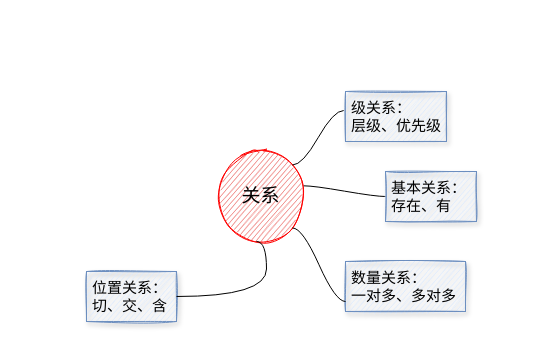
ZYMDB/mindMap keeps this draw.io diagram as 关系的级与量.drawio. Above is the earlier version. Source tidied: cells renumbered, new cells numbered last; positions are measured from the earlier drawing's top-left corner, leaving out a move shared by most shapes. Both pictures are drawn from the tidied source at 100%, with x=0, y=0 at pixel (86, 91).
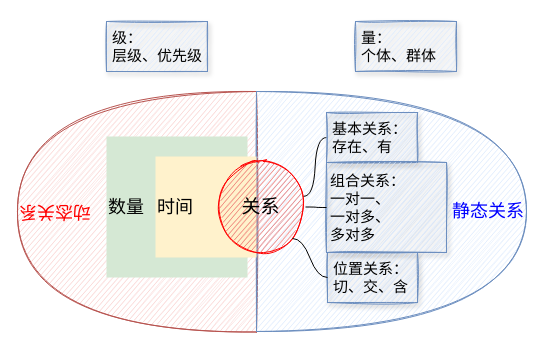
After the change.

Commit message (it also covers changes not shown here):
更新关系的级与量.drawio

Diff of the diagram source:
```diff
@@
 <mxGraphModel>
   <root>
     <mxCell id="0" />
     <mxCell id="1" parent="0" />
+    <mxCell id="11" value="&lt;font color=&quot;#ff0000&quot;&gt;动态关系&lt;/font&gt;" style="shape=or;whiteSpace=wrap;html=1;fontSize=18;fillColor=#f8cecc;rotation=-180;strokeColor=#b85450;align=right;sketch=1;transform: rotate(180deg);" parent="1" vertex="1">
+      <mxGeometry x="-69" width="239" height="240.5" as="geometry" />
+    </mxCell>
+    <mxCell id="12" value="&lt;font color=&quot;#0000ff&quot;&gt;静态关系&lt;/font&gt;" style="shape=or;whiteSpace=wrap;html=1;fontSize=18;fillColor=#dae8fc;strokeColor=#6c8ebf;align=right;sketch=1;" parent="1" vertex="1">
+      <mxGeometry x="170" width="270" height="240" as="geometry" />
+    </mxCell>
+    <mxCell id="13" value="数量" style="whiteSpace=wrap;html=1;fontSize=18;fillColor=#d5e8d4;strokeColor=none;align=left;" parent="1" vertex="1">
+      <mxGeometry x="20" y="45" width="141" height="141" as="geometry" />
+    </mxCell>
+    <mxCell id="14" value="&lt;font style=&quot;font-size: 18px;&quot;&gt;时间&lt;/font&gt;" style="whiteSpace=wrap;html=1;fillColor=#fff2cc;strokeColor=none;align=left;" parent="1" vertex="1">
+      <mxGeometry x="69" y="65" width="101" height="101" as="geometry" />
+    </mxCell>
     <mxCell id="2" value="&lt;font style=&quot;font-size: 19px;&quot;&gt;关系&lt;/font&gt;" style="ellipse;whiteSpace=wrap;html=1;fillColor=#EA6B66;strokeColor=#FF0000;sketch=1;fillStyle=auto;" parent="1" vertex="1">
-      <mxGeometry x="130" y="60.5" width="89" height="89" as="geometry" />
+      <mxGeometry x="130" y="71" width="89" height="89" as="geometry" />
     </mxCell>
-    <mxCell id="3" style="edgeStyle=entityRelationEdgeStyle;startArrow=none;endArrow=none;segment=10;curved=1;rounded=0;fontSize=19;entryX=-0.018;entryY=0.38;entryDx=0;entryDy=0;entryPerimeter=0;exitX=1;exitY=0;exitDx=0;exitDy=0;" parent="1" edge="1" source="2" target="4">
-      <mxGeometry relative="1" as="geometry" />
-    </mxCell>
-    <mxCell id="4" value="级关系：&#10;层级、优先级" style="text;strokeColor=#6c8ebf;fillColor=#dae8fc;align=left;verticalAlign=middle;spacingLeft=4;spacingRight=4;overflow=hidden;points=[[0,0.5],[1,0.5]];portConstraint=eastwest;fontSize=15;rounded=0;labelPosition=center;verticalLabelPosition=middle;whiteSpace=wrap;sketch=1;shadow=1;" parent="1" vertex="1">
-      <mxGeometry x="259" width="101" height="50" as="geometry" />
+    <mxCell id="4" value="级：&#10;层级、优先级" style="text;strokeColor=#6c8ebf;fillColor=#dae8fc;align=left;verticalAlign=middle;spacingLeft=4;spacingRight=4;overflow=hidden;points=[[0,0.5],[1,0.5]];portConstraint=eastwest;fontSize=15;rounded=0;labelPosition=center;verticalLabelPosition=middle;whiteSpace=wrap;sketch=1;shadow=1;" parent="1" vertex="1">
+      <mxGeometry x="20" y="-70" width="101" height="50" as="geometry" />
     </mxCell>
     <mxCell id="5" style="edgeStyle=entityRelationEdgeStyle;startArrow=none;endArrow=none;segment=10;curved=1;rounded=0;fontSize=19;exitX=0.98;exitY=0.38;exitDx=0;exitDy=0;exitPerimeter=0;entryX=0;entryY=0.5;entryDx=0;entryDy=0;" parent="1" edge="1" source="2" target="6">
       <mxGeometry relative="1" as="geometry" />
     </mxCell>
     <mxCell id="6" value="基本关系：&#10;存在、有" style="text;strokeColor=#6c8ebf;fillColor=#dae8fc;align=left;verticalAlign=middle;spacingLeft=4;spacingRight=4;overflow=hidden;points=[[0,0.5],[1,0.5]];portConstraint=eastwest;fontSize=15;rounded=0;labelPosition=center;verticalLabelPosition=middle;whiteSpace=wrap;sketch=1;shadow=1;" parent="1" vertex="1">
-      <mxGeometry x="299" y="80" width="91" height="50" as="geometry" />
+      <mxGeometry x="240" y="21" width="91" height="50" as="geometry" />
     </mxCell>
-    <mxCell id="7" value="数量关系：&#10;一对多、多对多" style="text;strokeColor=#6c8ebf;fillColor=#dae8fc;align=left;verticalAlign=middle;spacingLeft=4;spacingRight=4;overflow=hidden;points=[[0,0.5],[1,0.5]];portConstraint=eastwest;fontSize=15;rounded=0;labelPosition=center;verticalLabelPosition=middle;whiteSpace=wrap;sketch=1;shadow=1;" parent="1" vertex="1">
-      <mxGeometry x="259" y="170" width="120" height="50" as="geometry" />
+    <mxCell id="7" value="组合关系：&#10;一对一、&#10;一对多、&#10;多对多" style="text;strokeColor=#6c8ebf;fillColor=#dae8fc;align=left;verticalAlign=middle;spacingLeft=4;spacingRight=0;overflow=hidden;points=[[0,0.5],[1,0.5]];portConstraint=eastwest;fontSize=15;rounded=0;labelPosition=center;verticalLabelPosition=middle;whiteSpace=wrap;sketch=1;shadow=1;glass=0;spacing=0;" parent="1" vertex="1">
+      <mxGeometry x="240" y="71" width="120" height="90" as="geometry" />
     </mxCell>
-    <mxCell id="8" style="edgeStyle=entityRelationEdgeStyle;startArrow=none;endArrow=none;segment=10;curved=1;rounded=0;fontSize=19;exitX=1;exitY=1;exitDx=0;exitDy=0;" parent="1" edge="1" source="2">
-      <mxGeometry relative="1" as="geometry">
-        <mxPoint x="259" y="210" as="targetPoint" />
-      </mxGeometry>
+    <mxCell id="8" style="edgeStyle=entityRelationEdgeStyle;startArrow=none;endArrow=none;segment=10;curved=1;rounded=0;fontSize=19;exitX=1;exitY=0.5;exitDx=0;exitDy=0;entryX=0;entryY=0.5;entryDx=0;entryDy=0;" parent="1" edge="1" source="2" target="7">
+      <mxGeometry relative="1" as="geometry" />
     </mxCell>
     <mxCell id="9" value="位置关系：&#10;切、交、含" style="text;strokeColor=#6c8ebf;fillColor=#dae8fc;align=left;verticalAlign=middle;spacingLeft=4;spacingRight=4;overflow=hidden;points=[[0,0.5],[1,0.5]];portConstraint=eastwest;fontSize=15;rounded=0;labelPosition=center;verticalLabelPosition=middle;whiteSpace=wrap;sketch=1;shadow=1;" parent="1" vertex="1">
-      <mxGeometry y="180" width="90" height="50" as="geometry" />
+      <mxGeometry x="241" y="161" width="90" height="50" as="geometry" />
     </mxCell>
-    <mxCell id="10" style="edgeStyle=entityRelationEdgeStyle;startArrow=none;endArrow=none;segment=10;curved=1;rounded=0;fontSize=19;" parent="1" edge="1" target="9">
-      <mxGeometry relative="1" as="geometry">
-        <mxPoint x="170" y="150" as="sourcePoint" />
-      </mxGeometry>
+    <mxCell id="10" style="edgeStyle=entityRelationEdgeStyle;startArrow=none;endArrow=none;segment=10;curved=1;rounded=0;fontSize=19;exitX=1;exitY=1;exitDx=0;exitDy=0;" parent="1" edge="1" source="2" target="9">
+      <mxGeometry relative="1" as="geometry" />
     </mxCell>
+    <mxCell id="15" value="量：&#10;个体、群体" style="text;strokeColor=#6c8ebf;fillColor=#dae8fc;align=left;verticalAlign=middle;spacingLeft=4;spacingRight=4;overflow=hidden;fontSize=15;rounded=0;labelPosition=center;verticalLabelPosition=middle;whiteSpace=wrap;sketch=1;shadow=1;" parent="1" vertex="1">
+      <mxGeometry x="269" y="-70" width="101" height="50" as="geometry" />
+    </mxCell>
   </root>
 </mxGraphModel>
```
